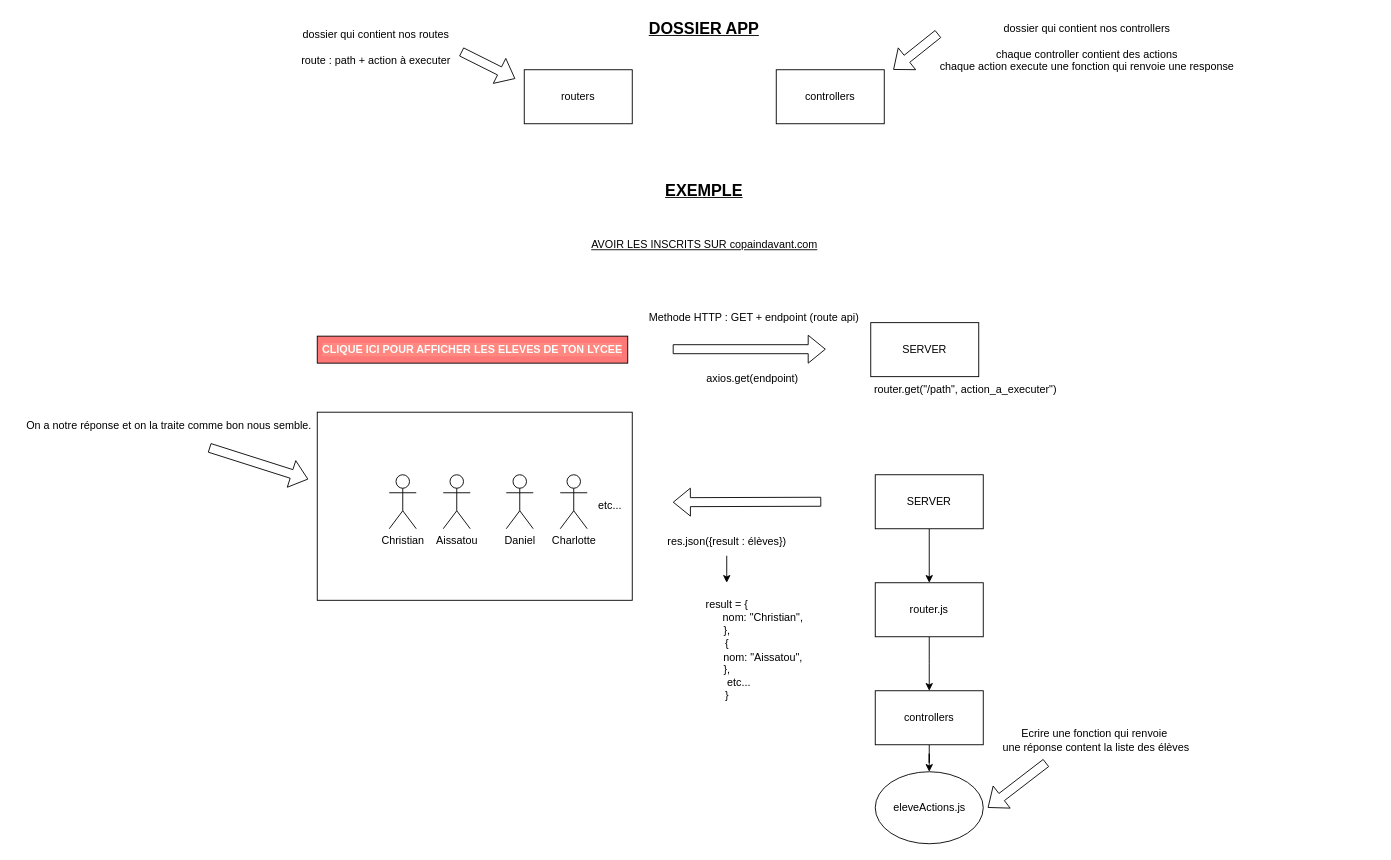
Before: page "routes & controller" (2 of 4) of server/public/schemas/architecture.drawio in kpeset/guitareshop, a draw.io diagram. Source tidied: cells renumbered, new cells numbered last; positions are measured from the earlier drawing's top-left corner, leaving out a move shared by most shapes. Both pictures are drawn from the tidied source at 90%, with x=0, y=0 at pixel (15, 15).
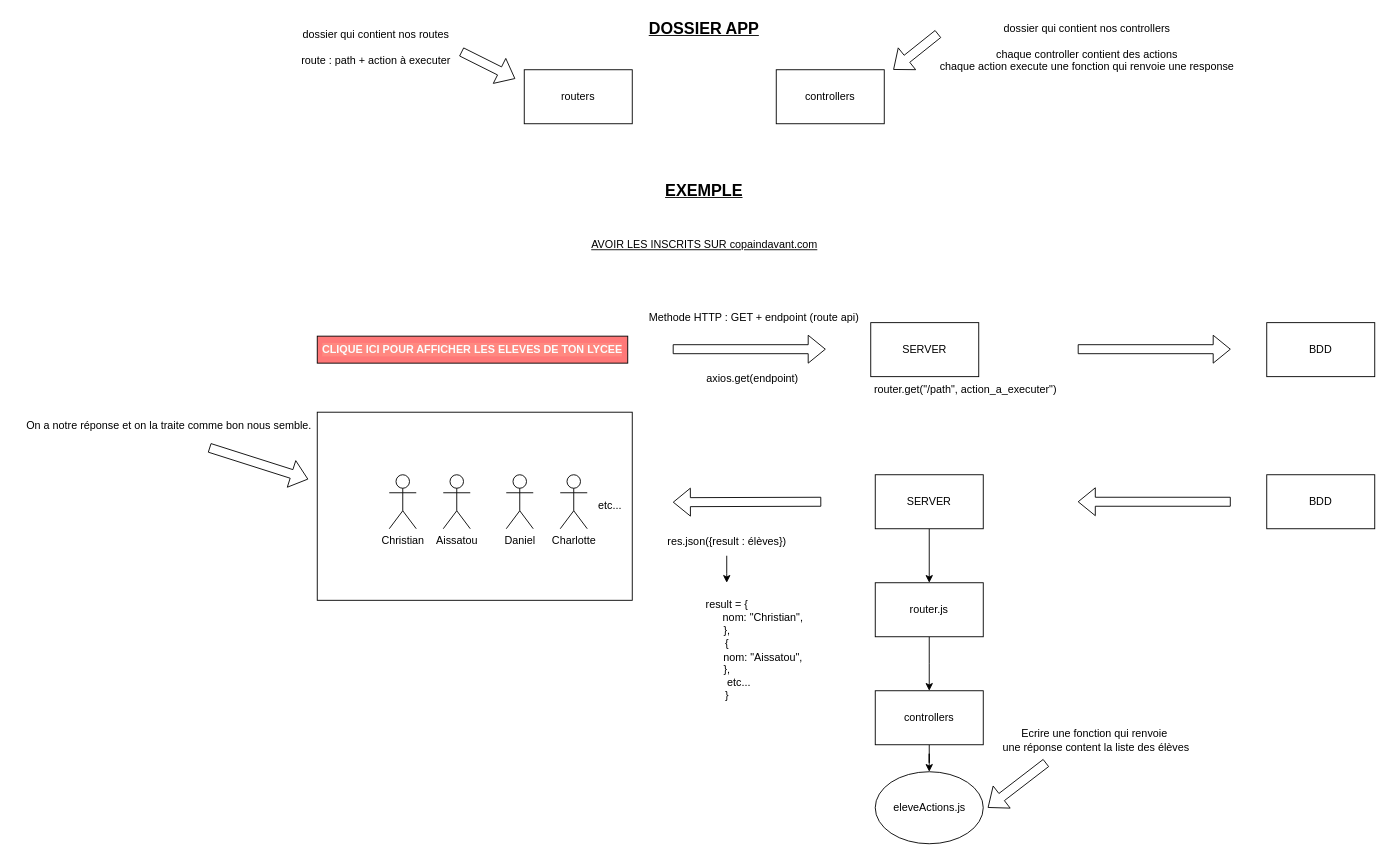
Above is the later version.

Change to the diagram source:
```diff
@@
+    <mxCell id="40" style="shape=flexArrow;endArrow=classic;html=1;rounded=0;" parent="1" edge="1">
+      <mxGeometry relative="1" as="geometry">
+        <mxPoint x="1180" y="370.5" as="sourcePoint" />
+        <mxPoint x="1350" y="370.5" as="targetPoint" />
+      </mxGeometry>
+    </mxCell>
+    <mxCell id="41" value="BDD" style="rounded=0;whiteSpace=wrap;html=1;" parent="1" vertex="1">
+      <mxGeometry x="1390" y="341" width="120" height="60" as="geometry" />
+    </mxCell>
+    <mxCell id="42" value="BDD" style="rounded=0;whiteSpace=wrap;html=1;" parent="1" vertex="1">
+      <mxGeometry x="1390" y="510" width="120" height="60" as="geometry" />
+    </mxCell>
+    <mxCell id="43" style="shape=flexArrow;endArrow=classic;html=1;rounded=0;" parent="1" edge="1">
+      <mxGeometry relative="1" as="geometry">
+        <mxPoint x="1350" y="540" as="sourcePoint" />
+        <mxPoint x="1180" y="540" as="targetPoint" />
+      </mxGeometry>
+    </mxCell>
```
